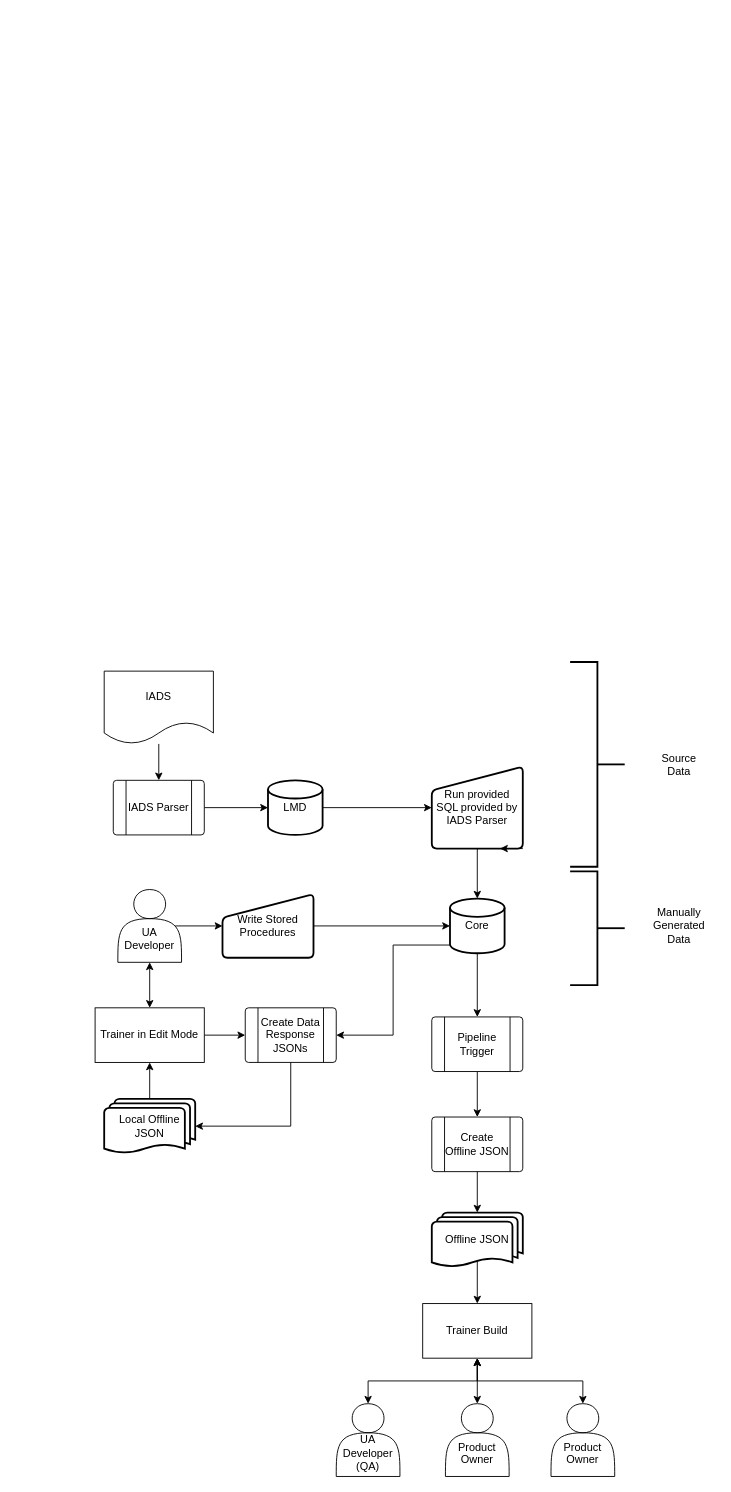
The draw.io diagram After.drawio in Bspeirtorch/draw, before the edit. Source tidied: cells renumbered, new cells numbered last; positions are measured from the earlier drawing's top-left corner, leaving out a move shared by most shapes. Both pictures are drawn from the tidied source at 91%, with x=0, y=0 at pixel (95, 662).
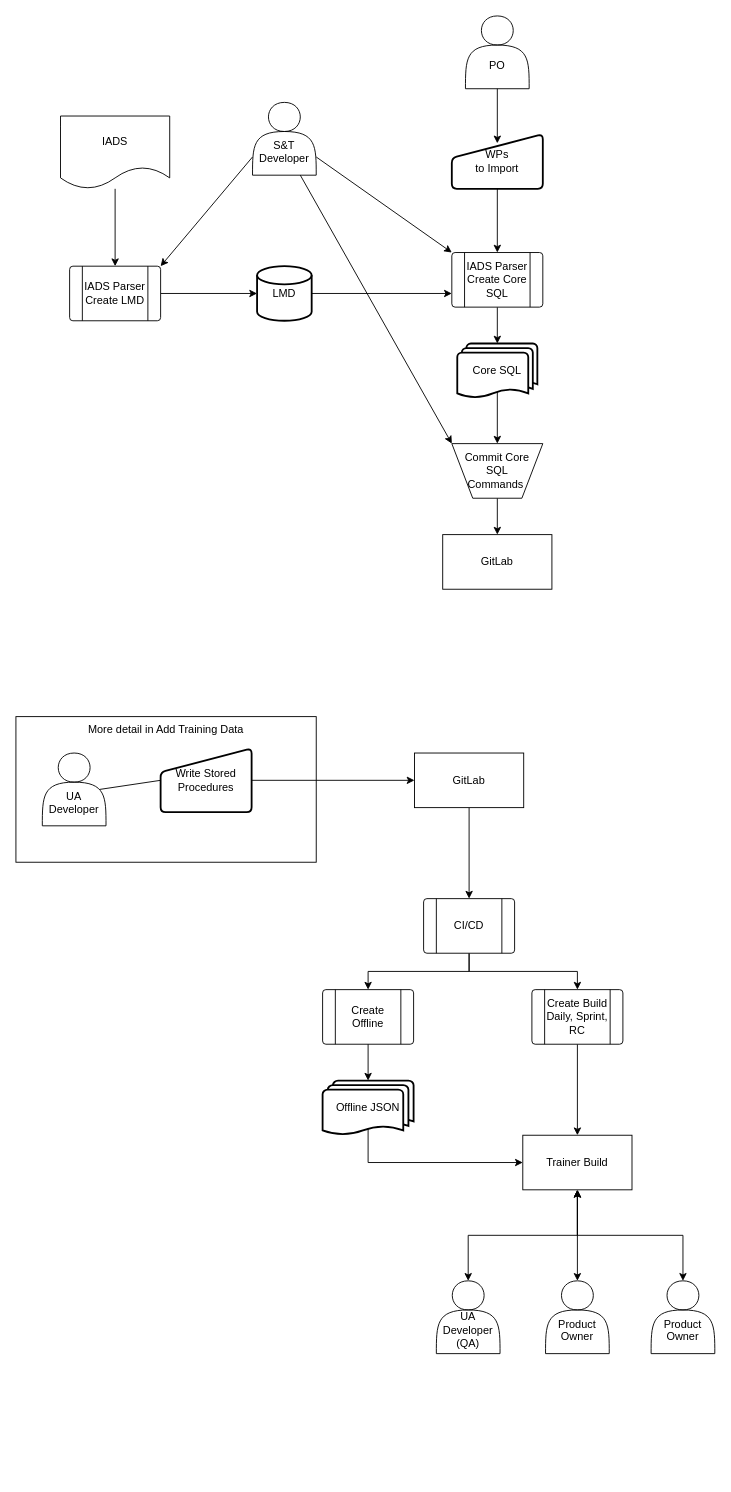
The same diagram, later.

What changed in the source:
```diff
@@
-    <mxCell id="2" value="IADS" style="shape=document;whiteSpace=wrap;html=1;boundedLbl=1;" parent="1" vertex="1">
-      <mxGeometry x="10" y="10" width="120" height="80" as="geometry" />
-    </mxCell>
-    <mxCell id="3" style="edgeStyle=orthogonalEdgeStyle;rounded=0;jettySize=auto;html=1;exitX=0.5;exitY=0;exitDx=0;exitDy=0;endArrow=none;endFill=0;startArrow=classic;startFill=1;" parent="1" edge="1" source="12" target="2">
-      <mxGeometry relative="1" as="geometry" />
-    </mxCell>
-    <mxCell id="4" style="edgeStyle=orthogonalEdgeStyle;rounded=0;jettySize=auto;html=1;exitX=1;exitY=0.5;exitDx=0;exitDy=0;entryX=0;entryY=0.5;entryDx=0;entryDy=0;entryPerimeter=0;" parent="1" edge="1" source="12" target="11">
-      <mxGeometry relative="1" as="geometry" />
-    </mxCell>
-    <mxCell id="5" value="Write Stored&lt;br&gt;Procedures" style="html=1;strokeWidth=2;shape=manualInput;whiteSpace=wrap;rounded=1;size=26;arcSize=11;" parent="1" vertex="1">
-      <mxGeometry x="140" y="255" width="100" height="70" as="geometry" />
-    </mxCell>
-    <mxCell id="6" style="edgeStyle=orthogonalEdgeStyle;rounded=0;jettySize=auto;html=1;exitX=0.5;exitY=1;exitDx=0;exitDy=0;exitPerimeter=0;" parent="1" edge="1" source="8" target="17">
-      <mxGeometry relative="1" as="geometry" />
-    </mxCell>
-    <mxCell id="7" style="edgeStyle=orthogonalEdgeStyle;rounded=0;jettySize=auto;html=1;exitX=0;exitY=0.85;exitDx=0;exitDy=0;exitPerimeter=0;entryX=1;entryY=0.5;entryDx=0;entryDy=0;" parent="1" edge="1" source="8" target="33">
-      <mxGeometry relative="1" as="geometry" />
-    </mxCell>
-    <mxCell id="8" value="Core" style="strokeWidth=2;html=1;shape=mxgraph.flowchart.database;whiteSpace=wrap;" parent="1" vertex="1">
-      <mxGeometry x="390" y="260" width="60" height="60" as="geometry" />
-    </mxCell>
-    <mxCell id="9" style="edgeStyle=orthogonalEdgeStyle;rounded=0;jettySize=auto;html=1;exitX=1;exitY=0.5;exitDx=0;exitDy=0;entryX=0;entryY=0.5;entryDx=0;entryDy=0;entryPerimeter=0;" parent="1" edge="1" source="5" target="8">
-      <mxGeometry relative="1" as="geometry" />
-    </mxCell>
-    <mxCell id="10" style="edgeStyle=orthogonalEdgeStyle;rounded=0;jettySize=auto;html=1;exitX=1;exitY=0.5;exitDx=0;exitDy=0;exitPerimeter=0;entryX=0;entryY=0.5;entryDx=0;entryDy=0;" parent="1" edge="1" source="11" target="18">
-      <mxGeometry relative="1" as="geometry" />
-    </mxCell>
-    <mxCell id="11" value="LMD" style="strokeWidth=2;html=1;shape=mxgraph.flowchart.database;whiteSpace=wrap;" parent="1" vertex="1">
-      <mxGeometry x="190" y="130" width="60" height="60" as="geometry" />
-    </mxCell>
-    <mxCell id="12" value="IADS Parser" style="verticalLabelPosition=middle;verticalAlign=middle;html=1;shape=process;whiteSpace=wrap;rounded=1;size=0.14;arcSize=6;labelPosition=center;align=center;" parent="1" vertex="1">
-      <mxGeometry x="20" y="130" width="100" height="60" as="geometry" />
-    </mxCell>
-    <mxCell id="13" style="edgeStyle=orthogonalEdgeStyle;rounded=0;jettySize=auto;html=1;exitX=0.9;exitY=0.5;exitDx=0;exitDy=0;entryX=0;entryY=0.5;entryDx=0;entryDy=0;exitPerimeter=0;" parent="1" edge="1" source="15" target="5">
-      <mxGeometry relative="1" as="geometry" />
-    </mxCell>
-    <mxCell id="14" style="edgeStyle=orthogonalEdgeStyle;rounded=0;jettySize=auto;html=1;exitX=0.5;exitY=1;exitDx=0;exitDy=0;entryX=0.5;entryY=0;entryDx=0;entryDy=0;startArrow=classic;startFill=1;" parent="1" edge="1" source="15" target="25">
-      <mxGeometry relative="1" as="geometry" />
-    </mxCell>
-    <mxCell id="15" value="&lt;br&gt;&lt;br&gt;UA Developer" style="shape=actor;whiteSpace=wrap;html=1;labelPosition=center;verticalLabelPosition=middle;align=center;verticalAlign=middle;" parent="1" vertex="1">
-      <mxGeometry x="25" y="250" width="70" height="80" as="geometry" />
-    </mxCell>
-    <mxCell id="16" style="edgeStyle=orthogonalEdgeStyle;rounded=0;jettySize=auto;html=1;exitX=0.5;exitY=1;exitDx=0;exitDy=0;entryX=0.5;entryY=0;entryDx=0;entryDy=0;" parent="1" edge="1" source="17" target="22">
-      <mxGeometry relative="1" as="geometry" />
-    </mxCell>
-    <mxCell id="17" value="Pipeline Trigger" style="verticalLabelPosition=middle;verticalAlign=middle;html=1;shape=process;whiteSpace=wrap;rounded=1;size=0.14;arcSize=6;labelPosition=center;align=center;" parent="1" vertex="1">
-      <mxGeometry x="370" y="390" width="100" height="60" as="geometry" />
-    </mxCell>
-    <mxCell id="18" value="Run provided SQL provided by IADS Parser" style="html=1;strokeWidth=2;shape=manualInput;whiteSpace=wrap;rounded=1;size=26;arcSize=11;" parent="1" vertex="1">
-      <mxGeometry x="370" y="115" width="100" height="90" as="geometry" />
-    </mxCell>
     <mxCell id="19" value="Offline JSON" style="strokeWidth=2;html=1;shape=mxgraph.flowchart.multi-document;whiteSpace=wrap;" parent="1" vertex="1">
-      <mxGeometry x="370" y="605" width="100" height="60" as="geometry" />
+      <mxGeometry x="250" y="460" width="100" height="60" as="geometry" />
     </mxCell>
-    <mxCell id="20" style="edgeStyle=orthogonalEdgeStyle;rounded=0;jettySize=auto;html=1;exitX=0.5;exitY=0.88;exitDx=0;exitDy=0;entryX=0.5;entryY=0;entryDx=0;entryDy=0;exitPerimeter=0;" parent="1" edge="1" source="19" target="26">
-      <mxGeometry relative="1" as="geometry" />
+    <mxCell id="20" style="edgeStyle=orthogonalEdgeStyle;rounded=0;jettySize=auto;html=1;exitX=0.5;exitY=0.88;exitDx=0;exitDy=0;entryX=0;entryY=0.5;entryDx=0;entryDy=0;exitPerimeter=0;" parent="1" edge="1" source="19" target="26">
+      <mxGeometry relative="1" as="geometry">
+        <Array as="points">
+          <mxPoint x="300" y="550" />
+        </Array>
+      </mxGeometry>
     </mxCell>
-    <mxCell id="21" style="edgeStyle=orthogonalEdgeStyle;rounded=0;jettySize=auto;html=1;exitX=0.5;exitY=1;exitDx=0;exitDy=0;entryX=0.5;entryY=0;entryDx=0;entryDy=0;entryPerimeter=0;" parent="1" edge="1" source="18" target="8">
-      <mxGeometry relative="1" as="geometry" />
-    </mxCell>
+    <mxCell id="42" style="edgeStyle=orthogonalEdgeStyle;rounded=0;jettySize=auto;html=1;exitX=0.5;exitY=1;exitDx=0;exitDy=0;" parent="1" edge="1" source="22" target="67">
+      <mxGeometry relative="1" as="geometry" />
+    </mxCell>
+    <mxCell id="43" style="edgeStyle=orthogonalEdgeStyle;rounded=0;jettySize=auto;html=1;exitX=0.5;exitY=1;exitDx=0;exitDy=0;" parent="1" edge="1" source="22" target="69">
+      <mxGeometry relative="1" as="geometry" />
+    </mxCell>
-    <mxCell id="22" value="Create Offline JSON" style="verticalLabelPosition=middle;verticalAlign=middle;html=1;shape=process;whiteSpace=wrap;rounded=1;size=0.14;arcSize=6;labelPosition=center;align=center;" parent="1" vertex="1">
-      <mxGeometry x="370" y="500" width="100" height="60" as="geometry" />
+    <mxCell id="22" value="CI/CD" style="verticalLabelPosition=middle;verticalAlign=middle;html=1;shape=process;whiteSpace=wrap;rounded=1;size=0.14;arcSize=6;labelPosition=center;align=center;" parent="1" vertex="1">
+      <mxGeometry x="361" y="260" width="100" height="60" as="geometry" />
     </mxCell>
-    <mxCell id="23" style="edgeStyle=orthogonalEdgeStyle;rounded=0;jettySize=auto;html=1;exitX=0.5;exitY=1;exitDx=0;exitDy=0;entryX=0.5;entryY=0;entryDx=0;entryDy=0;entryPerimeter=0;" parent="1" edge="1" source="22" target="19">
-      <mxGeometry relative="1" as="geometry" />
-    </mxCell>
-    <mxCell id="24" style="edgeStyle=orthogonalEdgeStyle;rounded=0;jettySize=auto;html=1;exitX=1;exitY=0.5;exitDx=0;exitDy=0;entryX=0;entryY=0.5;entryDx=0;entryDy=0;" parent="1" edge="1" source="25" target="33">
-      <mxGeometry relative="1" as="geometry" />
-    </mxCell>
-    <mxCell id="25" value="Trainer in Edit Mode" style="rounded=0;whiteSpace=wrap;html=1;" parent="1" vertex="1">
-      <mxGeometry y="380" width="120" height="60" as="geometry" />
-    </mxCell>
     <mxCell id="26" value="Trainer Build" style="rounded=0;whiteSpace=wrap;html=1;" parent="1" vertex="1">
-      <mxGeometry x="360" y="705" width="120" height="60" as="geometry" />
+      <mxGeometry x="470" y="520" width="120" height="60" as="geometry" />
     </mxCell>
@@
     <mxCell id="28" value="&lt;br&gt;&lt;br&gt;UA Developer (QA)" style="shape=actor;whiteSpace=wrap;html=1;labelPosition=center;verticalLabelPosition=middle;align=center;verticalAlign=middle;" parent="1" vertex="1">
-      <mxGeometry x="265" y="815" width="70" height="80" as="geometry" />
+      <mxGeometry x="375" y="680" width="70" height="80" as="geometry" />
     </mxCell>
@@
     <mxCell id="30" value="&lt;br&gt;&lt;br&gt;Product Owner" style="shape=actor;whiteSpace=wrap;html=1;labelPosition=center;verticalLabelPosition=middle;align=center;verticalAlign=middle;" parent="1" vertex="1">
-      <mxGeometry x="385" y="815" width="70" height="80" as="geometry" />
+      <mxGeometry x="495" y="680" width="70" height="80" as="geometry" />
     </mxCell>
     <mxCell id="31" value="&lt;br&gt;&lt;br&gt;Product Owner" style="shape=actor;whiteSpace=wrap;html=1;labelPosition=center;verticalLabelPosition=middle;align=center;verticalAlign=middle;" parent="1" vertex="1">
-      <mxGeometry x="501" y="815" width="70" height="80" as="geometry" />
+      <mxGeometry x="611" y="680" width="70" height="80" as="geometry" />
     </mxCell>
@@
-    <mxCell id="33" value="Create Data Response JSONs" style="verticalLabelPosition=middle;verticalAlign=middle;html=1;shape=process;whiteSpace=wrap;rounded=1;size=0.14;arcSize=6;labelPosition=center;align=center;" parent="1" vertex="1">
-      <mxGeometry x="165" y="380" width="100" height="60" as="geometry" />
-    </mxCell>
-    <mxCell id="34" style="edgeStyle=orthogonalEdgeStyle;rounded=0;jettySize=auto;html=1;exitX=0.5;exitY=0;exitDx=0;exitDy=0;exitPerimeter=0;entryX=0.5;entryY=1;entryDx=0;entryDy=0;" parent="1" edge="1" source="35" target="25">
-      <mxGeometry relative="1" as="geometry" />
-    </mxCell>
-    <mxCell id="35" value="Local Offline JSON" style="strokeWidth=2;html=1;shape=mxgraph.flowchart.multi-document;whiteSpace=wrap;" parent="1" vertex="1">
-      <mxGeometry x="10" y="480" width="100" height="60" as="geometry" />
-    </mxCell>
-    <mxCell id="36" style="edgeStyle=orthogonalEdgeStyle;rounded=0;jettySize=auto;html=1;exitX=0.5;exitY=1;exitDx=0;exitDy=0;entryX=1;entryY=0.5;entryDx=0;entryDy=0;entryPerimeter=0;" parent="1" edge="1" source="33" target="35">
-      <mxGeometry relative="1" as="geometry" />
-    </mxCell>
-    <mxCell id="37" style="strokeWidth=2;html=1;shape=mxgraph.flowchart.annotation_2;align=left;labelPosition=right;rotation=-180;" parent="1" vertex="1">
-      <mxGeometry x="522" width="60" height="225" as="geometry" />
-    </mxCell>
-    <mxCell id="38" value="Source Data" style="text;html=1;strokeColor=none;fillColor=none;align=center;verticalAlign=middle;whiteSpace=wrap;rounded=0;" parent="1" vertex="1">
-      <mxGeometry x="612" y="97.5" width="60" height="30" as="geometry" />
-    </mxCell>
-    <mxCell id="39" style="strokeWidth=2;html=1;shape=mxgraph.flowchart.annotation_2;align=left;labelPosition=right;rotation=-180;" parent="1" vertex="1">
-      <mxGeometry x="522" y="230" width="60" height="125" as="geometry" />
-    </mxCell>
-    <mxCell id="40" value="Manually Generated Data" style="text;html=1;strokeColor=none;fillColor=none;align=center;verticalAlign=middle;whiteSpace=wrap;rounded=0;" parent="1" vertex="1">
-      <mxGeometry x="612" y="275" width="60" height="30" as="geometry" />
-    </mxCell>
-    <mxCell id="41" style="edgeStyle=orthogonalEdgeStyle;rounded=0;orthogonalLoop=1;jettySize=auto;html=1;exitX=1;exitY=1;exitDx=0;exitDy=0;entryX=0.75;entryY=1;entryDx=0;entryDy=0;" parent="1" edge="1" source="18" target="18">
-      <mxGeometry relative="1" as="geometry" />
-    </mxCell>
+    <mxCell id="2" value="IADS" style="shape=document;whiteSpace=wrap;html=1;boundedLbl=1;" parent="1" vertex="1">
+      <mxGeometry x="-38" y="-600" width="120" height="80" as="geometry" />
+    </mxCell>
+    <mxCell id="44" style="edgeStyle=orthogonalEdgeStyle;rounded=0;jettySize=auto;html=1;exitX=0.5;exitY=0;exitDx=0;exitDy=0;endArrow=none;endFill=0;startArrow=classic;startFill=1;" parent="1" edge="1" source="47" target="2">
+      <mxGeometry relative="1" as="geometry" />
+    </mxCell>
+    <mxCell id="45" style="edgeStyle=orthogonalEdgeStyle;rounded=0;jettySize=auto;html=1;exitX=1;exitY=0.5;exitDx=0;exitDy=0;entryX=0;entryY=0.5;entryDx=0;entryDy=0;entryPerimeter=0;" parent="1" edge="1" source="47" target="11">
+      <mxGeometry relative="1" as="geometry" />
+    </mxCell>
+    <mxCell id="46" style="edgeStyle=orthogonalEdgeStyle;rounded=0;jettySize=auto;html=1;exitX=1;exitY=0.5;exitDx=0;exitDy=0;exitPerimeter=0;entryX=0;entryY=0.75;entryDx=0;entryDy=0;" parent="1" edge="1" source="11" target="58">
+      <mxGeometry relative="1" as="geometry" />
+    </mxCell>
+    <mxCell id="11" value="LMD" style="strokeWidth=2;html=1;shape=mxgraph.flowchart.database;whiteSpace=wrap;" parent="1" vertex="1">
+      <mxGeometry x="178" y="-435" width="60" height="60" as="geometry" />
+    </mxCell>
+    <mxCell id="47" value="IADS Parser Create LMD" style="verticalLabelPosition=middle;verticalAlign=middle;html=1;shape=process;whiteSpace=wrap;rounded=1;size=0.14;arcSize=6;labelPosition=center;align=center;" parent="1" vertex="1">
+      <mxGeometry x="-28" y="-435" width="100" height="60" as="geometry" />
+    </mxCell>
+    <mxCell id="48" value="&lt;br&gt;&lt;br&gt;S&amp;amp;T&lt;br&gt;Developer" style="shape=actor;whiteSpace=wrap;html=1;labelPosition=center;verticalLabelPosition=middle;align=center;verticalAlign=middle;" parent="1" vertex="1">
+      <mxGeometry x="173" y="-615" width="70" height="80" as="geometry" />
+    </mxCell>
+    <mxCell id="49" style="endArrow=classic;html=1;rounded=0;entryX=0;entryY=0;entryDx=0;entryDy=0;exitX=1;exitY=0.75;exitDx=0;exitDy=0;" parent="1" edge="1" source="48" target="58">
+      <mxGeometry relative="1" as="geometry" />
+    </mxCell>
+    <mxCell id="50" style="endArrow=classic;html=1;rounded=0;entryX=1;entryY=0;entryDx=0;entryDy=0;exitX=0;exitY=0.75;exitDx=0;exitDy=0;" parent="1" edge="1" source="48" target="47">
+      <mxGeometry relative="1" as="geometry" />
+    </mxCell>
+    <mxCell id="51" style="edgeStyle=orthogonalEdgeStyle;rounded=0;jettySize=auto;html=1;exitX=0.5;exitY=1;exitDx=0;exitDy=0;entryX=0.5;entryY=0;entryDx=0;entryDy=0;" parent="1" edge="1" source="52" target="62">
+      <mxGeometry relative="1" as="geometry" />
+    </mxCell>
+    <mxCell id="52" value="Commit Core SQL &lt;br&gt;Commands&amp;nbsp;" style="verticalLabelPosition=middle;verticalAlign=middle;html=1;shape=trapezoid;perimeter=trapezoidPerimeter;whiteSpace=wrap;size=0.23;arcSize=10;flipV=1;labelPosition=center;align=center;" parent="1" vertex="1">
+      <mxGeometry x="392" y="-240" width="100" height="60" as="geometry" />
+    </mxCell>
+    <mxCell id="53" style="edgeStyle=orthogonalEdgeStyle;rounded=0;jettySize=auto;html=1;exitX=0.5;exitY=0.88;exitDx=0;exitDy=0;exitPerimeter=0;entryX=0.5;entryY=0;entryDx=0;entryDy=0;" parent="1" edge="1" source="54" target="52">
+      <mxGeometry relative="1" as="geometry" />
+    </mxCell>
+    <mxCell id="54" value="Core SQL" style="strokeWidth=2;html=1;shape=mxgraph.flowchart.multi-document;whiteSpace=wrap;" parent="1" vertex="1">
+      <mxGeometry x="398" y="-350" width="88" height="60" as="geometry" />
+    </mxCell>
+    <mxCell id="55" style="edgeStyle=orthogonalEdgeStyle;rounded=0;jettySize=auto;html=1;exitX=0.5;exitY=1;exitDx=0;exitDy=0;" parent="1" edge="1" source="56" target="58">
+      <mxGeometry relative="1" as="geometry" />
+    </mxCell>
+    <mxCell id="56" value="WPs&lt;br&gt;to Import" style="html=1;strokeWidth=2;shape=manualInput;whiteSpace=wrap;rounded=1;size=26;arcSize=11;" parent="1" vertex="1">
+      <mxGeometry x="392" y="-580" width="100" height="60" as="geometry" />
+    </mxCell>
+    <mxCell id="57" style="edgeStyle=orthogonalEdgeStyle;rounded=0;jettySize=auto;html=1;exitX=0.5;exitY=1;exitDx=0;exitDy=0;" parent="1" edge="1" source="58" target="54">
+      <mxGeometry relative="1" as="geometry" />
+    </mxCell>
+    <mxCell id="58" value="IADS Parser Create Core SQL" style="verticalLabelPosition=middle;verticalAlign=middle;html=1;shape=process;whiteSpace=wrap;rounded=1;size=0.14;arcSize=6;labelPosition=center;align=center;" parent="1" vertex="1">
+      <mxGeometry x="392" y="-450" width="100" height="60" as="geometry" />
+    </mxCell>
+    <mxCell id="59" value="&lt;br&gt;&lt;br&gt;PO" style="shape=actor;whiteSpace=wrap;html=1;labelPosition=center;verticalLabelPosition=middle;align=center;verticalAlign=middle;" parent="1" vertex="1">
+      <mxGeometry x="407" y="-710" width="70" height="80" as="geometry" />
+    </mxCell>
+    <mxCell id="60" style="edgeStyle=orthogonalEdgeStyle;rounded=0;jettySize=auto;html=1;exitX=0.5;exitY=1;exitDx=0;exitDy=0;entryX=0.5;entryY=0.167;entryDx=0;entryDy=0;entryPerimeter=0;" parent="1" edge="1" source="59" target="56">
+      <mxGeometry relative="1" as="geometry" />
+    </mxCell>
+    <mxCell id="61" style="endArrow=classic;html=1;rounded=0;exitX=0.75;exitY=1;exitDx=0;exitDy=0;entryX=0;entryY=0;entryDx=0;entryDy=0;" parent="1" edge="1" source="48" target="52">
+      <mxGeometry relative="1" as="geometry" />
+    </mxCell>
+    <mxCell id="62" value="GitLab" style="rounded=0;whiteSpace=wrap;html=1;" parent="1" vertex="1">
+      <mxGeometry x="382" y="-140" width="120" height="60" as="geometry" />
+    </mxCell>
+    <mxCell id="63" value="More detail in Add Training Data" style="rounded=0;whiteSpace=wrap;html=1;fillColor=none;verticalAlign=top;" parent="1" vertex="1">
+      <mxGeometry x="-87" y="60" width="330" height="160" as="geometry" />
+    </mxCell>
+    <mxCell id="5" value="Write Stored&lt;br&gt;Procedures" style="html=1;strokeWidth=2;shape=manualInput;whiteSpace=wrap;rounded=1;size=26;arcSize=11;" parent="1" vertex="1">
+      <mxGeometry x="72" y="95" width="100" height="70" as="geometry" />
+    </mxCell>
+    <mxCell id="64" style="edgeStyle=orthogonalEdgeStyle;rounded=0;jettySize=auto;html=1;exitX=1;exitY=0.5;exitDx=0;exitDy=0;entryX=0;entryY=0.5;entryDx=0;entryDy=0;" parent="1" edge="1" source="5" target="66">
+      <mxGeometry relative="1" as="geometry" />
+    </mxCell>
+    <mxCell id="15" value="&lt;br&gt;&lt;br&gt;UA Developer" style="shape=actor;whiteSpace=wrap;html=1;labelPosition=center;verticalLabelPosition=middle;align=center;verticalAlign=middle;" parent="1" vertex="1">
+      <mxGeometry x="-58" y="100" width="70" height="80" as="geometry" />
+    </mxCell>
+    <mxCell id="65" style="edgeStyle=orthogonalEdgeStyle;rounded=0;jettySize=auto;html=1;exitX=0.5;exitY=1;exitDx=0;exitDy=0;entryX=0.5;entryY=0;entryDx=0;entryDy=0;" parent="1" edge="1" source="66" target="22">
+      <mxGeometry relative="1" as="geometry" />
+    </mxCell>
+    <mxCell id="66" value="GitLab" style="rounded=0;whiteSpace=wrap;html=1;" parent="1" vertex="1">
+      <mxGeometry x="351" y="100" width="120" height="60" as="geometry" />
+    </mxCell>
+    <mxCell id="13" style="endArrow=none;html=1;rounded=0;exitX=0.9;exitY=0.5;exitDx=0;exitDy=0;exitPerimeter=0;entryX=0;entryY=0.5;entryDx=0;entryDy=0;" parent="1" edge="1" source="15" target="5">
+      <mxGeometry relative="1" as="geometry" />
+    </mxCell>
+    <mxCell id="67" value="Create Offline" style="verticalLabelPosition=middle;verticalAlign=middle;html=1;shape=process;whiteSpace=wrap;rounded=1;size=0.14;arcSize=6;labelPosition=center;align=center;" parent="1" vertex="1">
+      <mxGeometry x="250" y="360" width="100" height="60" as="geometry" />
+    </mxCell>
+    <mxCell id="68" style="edgeStyle=orthogonalEdgeStyle;rounded=0;jettySize=auto;html=1;exitX=0.5;exitY=1;exitDx=0;exitDy=0;entryX=0.5;entryY=0;entryDx=0;entryDy=0;" parent="1" edge="1" source="69" target="26">
+      <mxGeometry relative="1" as="geometry" />
+    </mxCell>
+    <mxCell id="69" value="Create Build&lt;br&gt;Daily, Sprint, RC" style="verticalLabelPosition=middle;verticalAlign=middle;html=1;shape=process;whiteSpace=wrap;rounded=1;size=0.14;arcSize=6;labelPosition=center;align=center;" parent="1" vertex="1">
+      <mxGeometry x="480" y="360" width="100" height="60" as="geometry" />
+    </mxCell>
+    <mxCell id="70" style="edgeStyle=orthogonalEdgeStyle;rounded=0;jettySize=auto;html=1;exitX=0.5;exitY=1;exitDx=0;exitDy=0;entryX=0.5;entryY=0;entryDx=0;entryDy=0;entryPerimeter=0;" parent="1" edge="1" source="67" target="19">
+      <mxGeometry relative="1" as="geometry" />
+    </mxCell>
```
